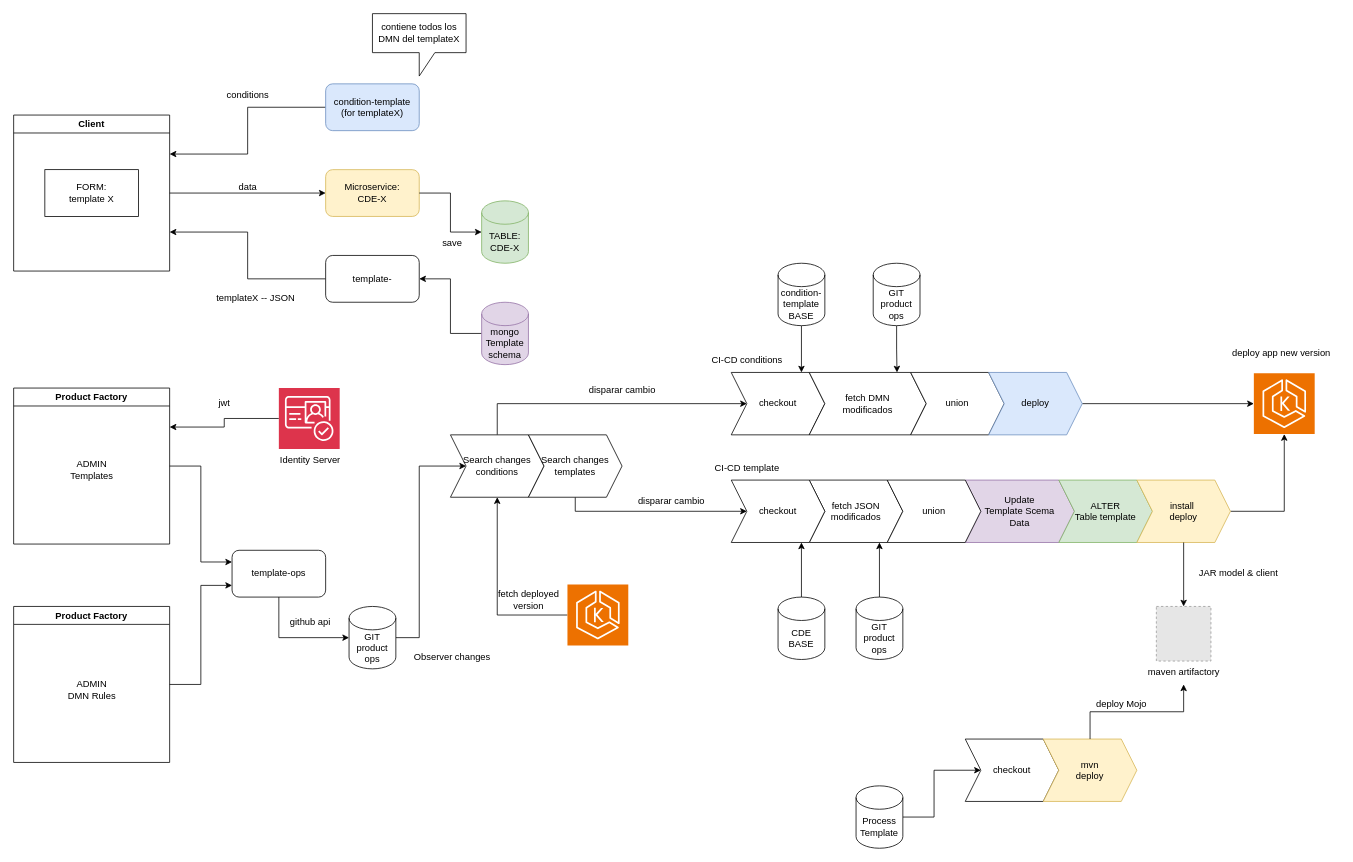
Above: fabrica-productos.drawio in saman-core/docs (draw.io), before the change. Source tidied: cells renumbered, new cells numbered last; positions are measured from the earlier drawing's top-left corner, leaving out a move shared by most shapes. Both pictures are drawn from the tidied source at 78%, with x=0, y=0 at pixel (13, 13). Pictures stored in the file or linked from it are replaced by grey dashed boxes.
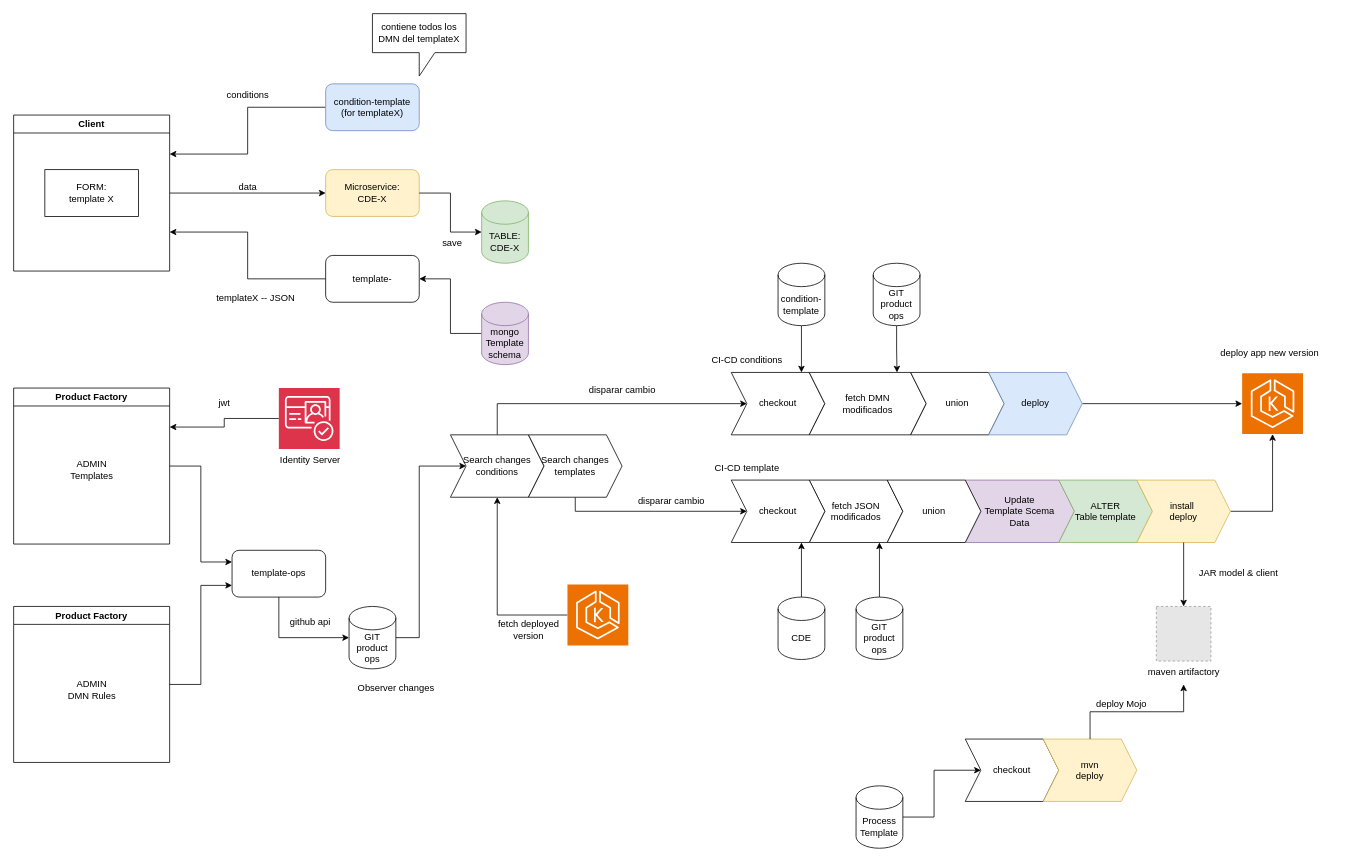
The same diagram, later.

Diff of the diagram source:
```diff
@@
-    <mxCell id="43" value="condition-template&lt;br&gt;BASE" style="shape=cylinder3;whiteSpace=wrap;html=1;boundedLbl=1;backgroundOutline=1;size=15;" parent="1" vertex="1">
+    <mxCell id="43" value="condition-template" style="shape=cylinder3;whiteSpace=wrap;html=1;boundedLbl=1;backgroundOutline=1;size=15;" parent="1" vertex="1">
       <mxGeometry x="980" y="320" width="60" height="80" as="geometry" />
     </mxCell>
@@
-    <mxCell id="45" value="CDE&lt;br&gt;BASE" style="shape=cylinder3;whiteSpace=wrap;html=1;boundedLbl=1;backgroundOutline=1;size=15;" parent="1" vertex="1">
+    <mxCell id="45" value="CDE" style="shape=cylinder3;whiteSpace=wrap;html=1;boundedLbl=1;backgroundOutline=1;size=15;" parent="1" vertex="1">
       <mxGeometry x="980" y="748" width="60" height="80" as="geometry" />
     </mxCell>
@@
     <mxCell id="51" value="Observer changes" style="text;html=1;align=center;verticalAlign=middle;strokeColor=none;fillColor=none;" parent="1" vertex="1">
-      <mxGeometry x="502" y="810" width="120" height="30" as="geometry" />
+      <mxGeometry x="430" y="850" width="120" height="30" as="geometry" />
     </mxCell>
@@
     <mxCell id="60" value="fetch deployed&lt;br&gt;version" style="text;html=1;align=center;verticalAlign=middle;strokeColor=none;fillColor=none;" parent="1" vertex="1">
-      <mxGeometry x="610" y="732" width="100" height="40" as="geometry" />
+      <mxGeometry x="610" y="770" width="100" height="40" as="geometry" />
     </mxCell>
     <mxCell id="61" style="sketch=0;points=[[0,0,0],[0.25,0,0],[0.5,0,0],[0.75,0,0],[1,0,0],[0,1,0],[0.25,1,0],[0.5,1,0],[0.75,1,0],[1,1,0],[0,0.25,0],[0,0.5,0],[0,0.75,0],[1,0.25,0],[1,0.5,0],[1,0.75,0]];outlineConnect=0;fontColor=#232F3E;fillColor=#ED7100;strokeColor=#ffffff;dashed=0;verticalLabelPosition=bottom;verticalAlign=top;align=center;html=1;fontSize=12;fontStyle=0;shape=mxgraph.aws4.resourceIcon;resIcon=mxgraph.aws4.eks;" parent="1" vertex="1">
-      <mxGeometry x="1590" y="461" width="78" height="78" as="geometry" />
+      <mxGeometry x="1575" y="461" width="78" height="78" as="geometry" />
     </mxCell>
     <mxCell id="62" value="deploy app new version" style="text;html=1;align=center;verticalAlign=middle;strokeColor=none;fillColor=none;" parent="1" vertex="1">
-      <mxGeometry x="1550" y="420" width="150" height="30" as="geometry" />
+      <mxGeometry x="1535" y="420" width="150" height="30" as="geometry" />
     </mxCell>
```
